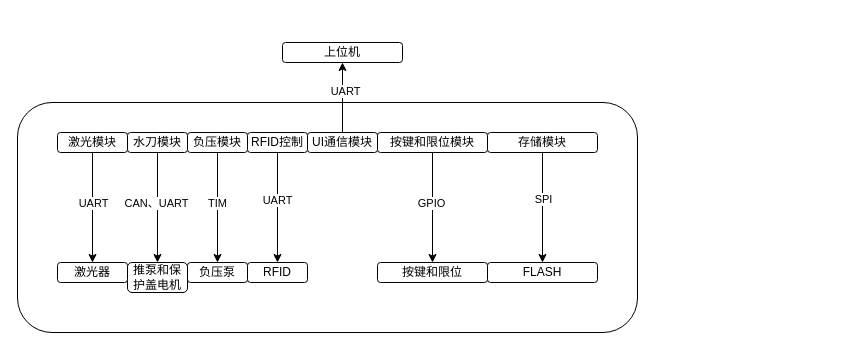
The draw.io diagram 未命名绘图.drawio in eagle-Liu/C, before the edit. Source tidied: cells renumbered, new cells numbered last; positions are measured from the earlier drawing's top-left corner, leaving out a move shared by most shapes. Both pictures are drawn from the tidied source at 100%, with x=0, y=0 at pixel (17, 42).
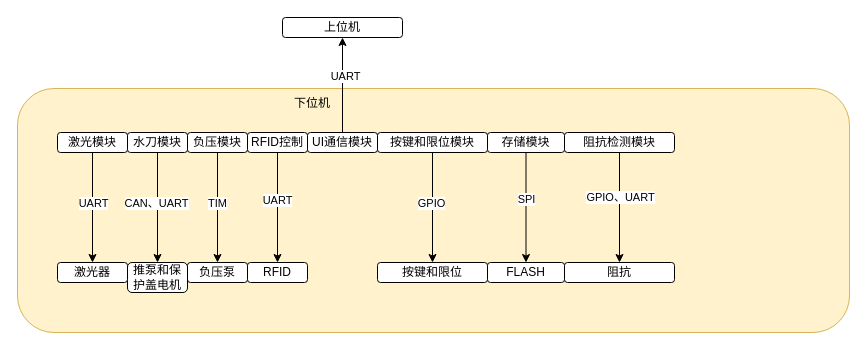
Above is the later version.

Commit message:
更新未命名绘图.drawio

What changed in the source:
```diff
@@
-    <mxCell id="2" style="rounded=1;whiteSpace=wrap;html=1;" parent="1" vertex="1">
-      <mxGeometry y="60" width="620" height="230" as="geometry" />
+    <mxCell id="2" style="rounded=1;whiteSpace=wrap;html=1;fillColor=#fff2cc;strokeColor=#d6b656;" parent="1" vertex="1">
+      <mxGeometry y="46" width="832" height="244" as="geometry" />
     </mxCell>
     <mxCell id="3" value="上位机" style="rounded=1;whiteSpace=wrap;html=1;" parent="1" vertex="1">
-      <mxGeometry x="265" width="120" height="20" as="geometry" />
+      <mxGeometry x="265" y="-25" width="120" height="20" as="geometry" />
     </mxCell>
@@
     <mxCell id="29" value="存储模块" style="rounded=1;whiteSpace=wrap;html=1;" parent="1" vertex="1">
-      <mxGeometry x="470" y="90" width="110" height="20" as="geometry" />
+      <mxGeometry x="470" y="90" width="77" height="20" as="geometry" />
     </mxCell>
     <mxCell id="30" value="FLASH" style="rounded=1;whiteSpace=wrap;html=1;" parent="1" vertex="1">
-      <mxGeometry x="470" y="220" width="110" height="20" as="geometry" />
+      <mxGeometry x="470" y="220" width="77" height="20" as="geometry" />
     </mxCell>
+    <mxCell id="31" value="下位机" style="text;html=1;whiteSpace=wrap;align=center;verticalAlign=middle;rounded=0;" parent="1" vertex="1">
+      <mxGeometry x="265" y="46" width="60" height="30" as="geometry" />
+    </mxCell>
+    <mxCell id="32" style="edgeStyle=orthogonalEdgeStyle;rounded=0;jettySize=auto;html=1;entryX=0.5;entryY=0;entryDx=0;entryDy=0;" parent="1" edge="1" source="34" target="35">
+      <mxGeometry relative="1" as="geometry" />
+    </mxCell>
+    <mxCell id="33" value="GPIO、UART" style="edgeLabel;html=1;align=center;verticalAlign=middle;" parent="32" vertex="1">
+      <mxGeometry x="-0.2" relative="1" as="geometry" />
+    </mxCell>
+    <mxCell id="34" value="阻抗检测模块" style="rounded=1;whiteSpace=wrap;html=1;" parent="1" vertex="1">
+      <mxGeometry x="547" y="90" width="110" height="20" as="geometry" />
+    </mxCell>
+    <mxCell id="35" value="阻抗" style="rounded=1;whiteSpace=wrap;html=1;" parent="1" vertex="1">
+      <mxGeometry x="547" y="220" width="110" height="20" as="geometry" />
+    </mxCell>
```
